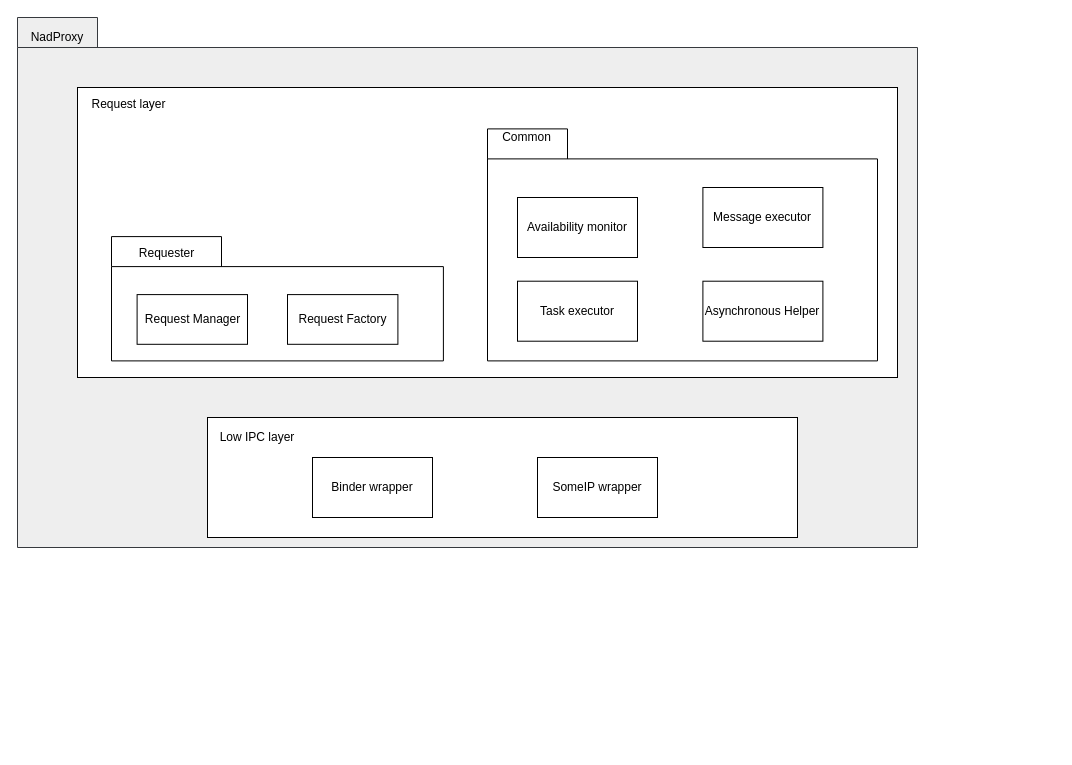
The draw.io diagram page "static" (1 of 6) of doc/SA cert/Design/nadproxy.drawio in taikt/codefun, before the edit. Source tidied: cells renumbered, new cells numbered last; positions are measured from the earlier drawing's top-left corner, leaving out a move shared by most shapes. Both pictures are drawn from the tidied source at 100%, with x=0, y=0 at pixel (17, 17).
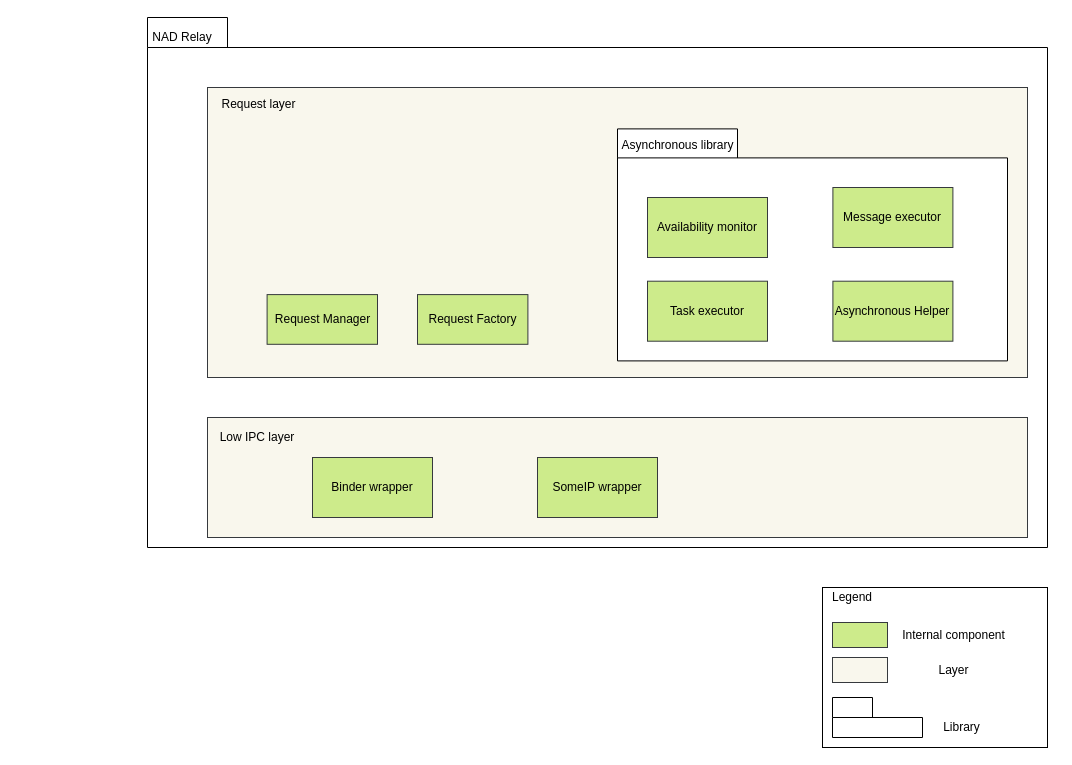
Above is the later version.

Unchanged cells that the change refers to:
```xml
<mxCell id="7" style="group;" parent="5" vertex="1">
  <mxGeometry x="410" y="41.4" width="390" height="232" as="geometry" />
</mxCell>
```

What changed in the source:
```diff
@@
     <mxCell id="2" style="edgeStyle=orthogonalEdgeStyle;rounded=0;jettySize=auto;html=1;entryX=0.002;entryY=0.52;entryDx=0;entryDy=0;entryPerimeter=0;exitX=0.999;exitY=0.59;exitDx=0;exitDy=0;exitPerimeter=0;" parent="1" edge="1" source="3" target="8">
       <mxGeometry relative="1" as="geometry">
         <Array as="points">
-          <mxPoint x="819" y="136" />
+          <mxPoint x="949" y="136" />
         </Array>
       </mxGeometry>
     </mxCell>
-    <mxCell id="3" style="shape=folder;fontStyle=1;tabWidth=80;tabHeight=30;tabPosition=left;html=1;boundedLbl=1;fillColor=#eeeeee;strokeColor=#36393d;" parent="1" vertex="1">
-      <mxGeometry width="900" height="530" as="geometry" />
+    <mxCell id="3" style="shape=folder;fontStyle=1;tabWidth=80;tabHeight=30;tabPosition=left;html=1;boundedLbl=1;" parent="1" vertex="1">
+      <mxGeometry x="130" width="900" height="530" as="geometry" />
     </mxCell>
-    <mxCell id="4" value="NadProxy" style="text;html=1;strokeColor=none;fillColor=none;align=center;verticalAlign=middle;whiteSpace=wrap;rounded=0;" parent="1" vertex="1">
-      <mxGeometry x="20" y="10" width="40" height="20" as="geometry" />
+    <mxCell id="4" value="NAD Relay" style="text;html=1;strokeColor=none;fillColor=none;align=center;verticalAlign=middle;whiteSpace=wrap;rounded=0;" parent="1" vertex="1">
+      <mxGeometry x="120" y="10" width="90" height="20" as="geometry" />
     </mxCell>
-    <mxCell id="5" style="group;" parent="1" vertex="1">
-      <mxGeometry x="60" y="70" width="820" height="290" as="geometry" />
+    <mxCell id="5" style="group;fillColor=#fff2cc;strokeColor=#d6b656;" parent="1" vertex="1">
+      <mxGeometry x="190" y="70" width="820" height="290" as="geometry" />
     </mxCell>
-    <mxCell id="6" style="rounded=0;whiteSpace=wrap;html=1;" parent="5" vertex="1">
+    <mxCell id="6" style="rounded=0;whiteSpace=wrap;html=1;fillColor=#f9f7ed;strokeColor=#36393d;" parent="5" vertex="1">
       <mxGeometry width="820" height="290" as="geometry" />
     </mxCell>
@@
-    <mxCell id="8" style="shape=folder;fontStyle=1;tabWidth=80;tabHeight=30;tabPosition=left;html=1;boundedLbl=1;" parent="7" vertex="1">
+    <mxCell id="8" style="shape=folder;fontStyle=1;tabWidth=120;tabHeight=29;tabPosition=left;html=1;boundedLbl=1;" parent="7" vertex="1">
       <mxGeometry width="390" height="232" as="geometry" />
     </mxCell>
-    <mxCell id="9" value="Common" style="text;html=1;strokeColor=none;fillColor=none;align=center;verticalAlign=middle;whiteSpace=wrap;rounded=0;" parent="7" vertex="1">
-      <mxGeometry x="19.5" width="39" height="16.6" as="geometry" />
-    </mxCell>
-    <mxCell id="10" value="Availability monitor" style="rounded=0;whiteSpace=wrap;html=1;" parent="7" vertex="1">
+    <mxCell id="10" value="Availability monitor" style="rounded=0;whiteSpace=wrap;html=1;fillColor=#cdeb8b;strokeColor=#36393d;" parent="7" vertex="1">
       <mxGeometry x="30" y="68.6" width="120" height="60" as="geometry" />
     </mxCell>
-    <mxCell id="11" value="Message executor" style="rounded=0;whiteSpace=wrap;html=1;" parent="7" vertex="1">
+    <mxCell id="11" value="Message executor" style="rounded=0;whiteSpace=wrap;html=1;fillColor=#cdeb8b;strokeColor=#36393d;" parent="7" vertex="1">
       <mxGeometry x="215.4" y="58.6" width="120" height="60" as="geometry" />
     </mxCell>
-    <mxCell id="12" value="Task executor" style="rounded=0;whiteSpace=wrap;html=1;" parent="7" vertex="1">
+    <mxCell id="12" value="Task executor" style="rounded=0;whiteSpace=wrap;html=1;fillColor=#cdeb8b;strokeColor=#36393d;" parent="7" vertex="1">
       <mxGeometry x="30" y="152.3" width="120" height="60" as="geometry" />
     </mxCell>
-    <mxCell id="13" value="Asynchronous Helper" style="rounded=0;whiteSpace=wrap;html=1;" parent="7" vertex="1">
+    <mxCell id="13" value="Asynchronous Helper" style="rounded=0;whiteSpace=wrap;html=1;fillColor=#cdeb8b;strokeColor=#36393d;" parent="7" vertex="1">
       <mxGeometry x="215.4" y="152.3" width="120" height="60" as="geometry" />
     </mxCell>
@@
-    <mxCell id="15" style="shape=folder;fontStyle=1;tabWidth=110;tabHeight=30;tabPosition=left;html=1;boundedLbl=1;fillColor=#ffffff;" parent="5" vertex="1">
-      <mxGeometry x="34" y="149.1" width="331.9" height="124.3" as="geometry" />
-    </mxCell>
-    <mxCell id="16" value="Requester" style="text;html=1;strokeColor=none;fillColor=none;align=center;verticalAlign=middle;whiteSpace=wrap;rounded=0;" parent="5" vertex="1">
-      <mxGeometry x="34" y="157.4" width="110.6" height="16.6" as="geometry" />
-    </mxCell>
-    <mxCell id="17" value="Request Manager" style="html=1;" parent="5" vertex="1">
+    <mxCell id="17" value="Request Manager" style="html=1;fillColor=#cdeb8b;strokeColor=#36393d;" parent="5" vertex="1">
       <mxGeometry x="59.6" y="207.1" width="110.4" height="49.7" as="geometry" />
     </mxCell>
-    <mxCell id="18" value="Request Factory" style="html=1;" parent="5" vertex="1">
+    <mxCell id="18" value="Request Factory" style="html=1;fillColor=#cdeb8b;strokeColor=#36393d;" parent="5" vertex="1">
       <mxGeometry x="210" y="207.1" width="110.4" height="49.7" as="geometry" />
     </mxCell>
+    <mxCell id="9" value="Asynchronous library" style="text;html=1;strokeColor=none;fillColor=none;align=center;verticalAlign=middle;whiteSpace=wrap;rounded=0;" parent="5" vertex="1">
+      <mxGeometry x="400" y="50" width="140.5" height="16.6" as="geometry" />
+    </mxCell>
-    <mxCell id="19" style="rounded=0;whiteSpace=wrap;html=1;" parent="1" vertex="1">
-      <mxGeometry x="190" y="400" width="590" height="120" as="geometry" />
+    <mxCell id="19" style="rounded=0;whiteSpace=wrap;html=1;fillColor=#f9f7ed;strokeColor=#36393d;" parent="1" vertex="1">
+      <mxGeometry x="190" y="400" width="820" height="120" as="geometry" />
     </mxCell>
@@
-    <mxCell id="21" value="Binder wrapper" style="rounded=0;whiteSpace=wrap;html=1;" parent="1" vertex="1">
+    <mxCell id="21" value="Binder wrapper" style="rounded=0;whiteSpace=wrap;html=1;fillColor=#cdeb8b;strokeColor=#36393d;" parent="1" vertex="1">
       <mxGeometry x="295" y="440" width="120" height="60" as="geometry" />
     </mxCell>
-    <mxCell id="22" value="SomeIP wrapper" style="rounded=0;whiteSpace=wrap;html=1;" parent="1" vertex="1">
+    <mxCell id="22" value="SomeIP wrapper" style="rounded=0;whiteSpace=wrap;html=1;fillColor=#cdeb8b;strokeColor=#36393d;" parent="1" vertex="1">
       <mxGeometry x="520" y="440" width="120" height="60" as="geometry" />
     </mxCell>
+    <mxCell id="23" style="rounded=0;whiteSpace=wrap;html=1;" parent="1" vertex="1">
+      <mxGeometry x="805" y="570" width="225" height="160" as="geometry" />
+    </mxCell>
+    <mxCell id="24" value="Legend" style="text;html=1;strokeColor=none;fillColor=none;align=center;verticalAlign=middle;whiteSpace=wrap;rounded=0;" parent="1" vertex="1">
+      <mxGeometry x="815" y="570" width="40" height="20" as="geometry" />
+    </mxCell>
+    <mxCell id="25" style="html=1;fillColor=#cdeb8b;strokeColor=#36393d;" parent="1" vertex="1">
+      <mxGeometry x="815" y="605" width="55" height="25" as="geometry" />
+    </mxCell>
+    <mxCell id="26" value="Internal component" style="text;html=1;strokeColor=none;fillColor=none;align=center;verticalAlign=middle;whiteSpace=wrap;rounded=0;" parent="1" vertex="1">
+      <mxGeometry x="880" y="607.5" width="112.5" height="20" as="geometry" />
+    </mxCell>
+    <mxCell id="27" style="html=1;fillColor=#f9f7ed;strokeColor=#36393d;" parent="1" vertex="1">
+      <mxGeometry x="815" y="640" width="55" height="25" as="geometry" />
+    </mxCell>
+    <mxCell id="28" value="Layer" style="text;html=1;strokeColor=none;fillColor=none;align=center;verticalAlign=middle;whiteSpace=wrap;rounded=0;" parent="1" vertex="1">
+      <mxGeometry x="880" y="642.5" width="112.5" height="20" as="geometry" />
+    </mxCell>
+    <mxCell id="29" style="shape=folder;fontStyle=1;tabWidth=40;tabHeight=20;tabPosition=left;html=1;boundedLbl=1;" parent="1" vertex="1">
+      <mxGeometry x="815" y="680" width="90" height="40" as="geometry" />
+    </mxCell>
+    <mxCell id="30" value="Library" style="text;html=1;strokeColor=none;fillColor=none;align=center;verticalAlign=middle;whiteSpace=wrap;rounded=0;" parent="1" vertex="1">
+      <mxGeometry x="887.5" y="700" width="112.5" height="20" as="geometry" />
+    </mxCell>
```
